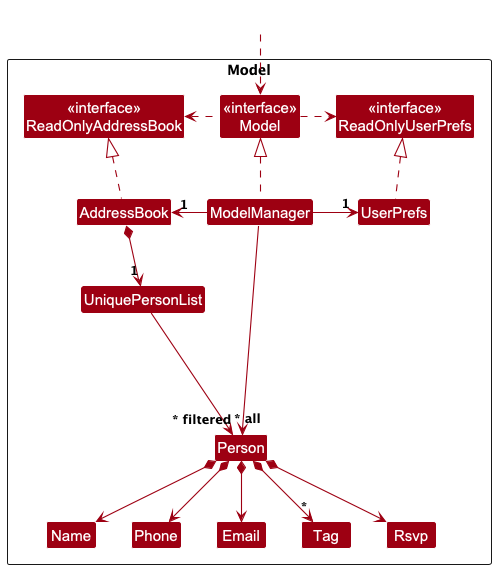
nus-cs2103-AY2425S1/tp keeps this PlantUML diagram as docs/images/ModelClassDiagram.png. Above is the earlier version.
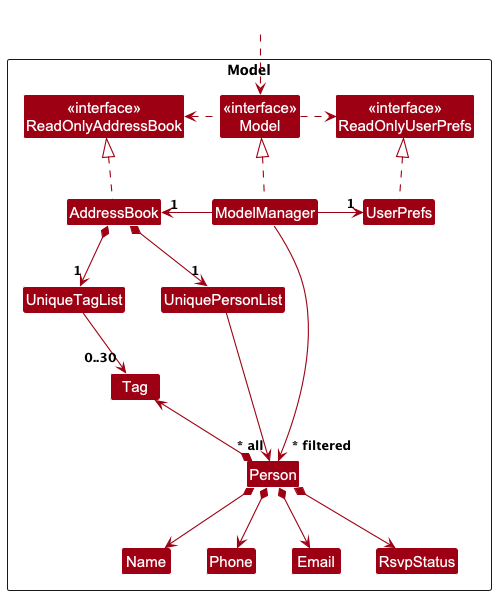
The same file after the commit.

What changed in the source:
```diff
@@ -18,7 +18,8 @@
 Class Name
 Class Phone
 Class Tag
-Class Rsvp
+Class UniqueTagList
+Class RsvpStatus
 
 Class I #FFFFFF
 }
@@ -36,12 +37,16 @@
 UserPrefs .up.|> ReadOnlyUserPrefs
 
 AddressBook *--> "1" UniquePersonList
+AddressBook *--> "1" UniqueTagList
+UniqueTagList -[hidden]right-> UniquePersonList
+UniqueTagList -right-> "0..30" Tag
 UniquePersonList --> "~* all" Person
 Person *--> Name
 Person *--> Phone
 Person *--> Email
-Person *--> "*" Tag
-Person *--> Rsvp
+Person *--> RsvpStatus
+Person *-left-> Tag
+
 
 Person -[hidden]up--> I
 UniquePersonList -[hidden]right-> I
```
